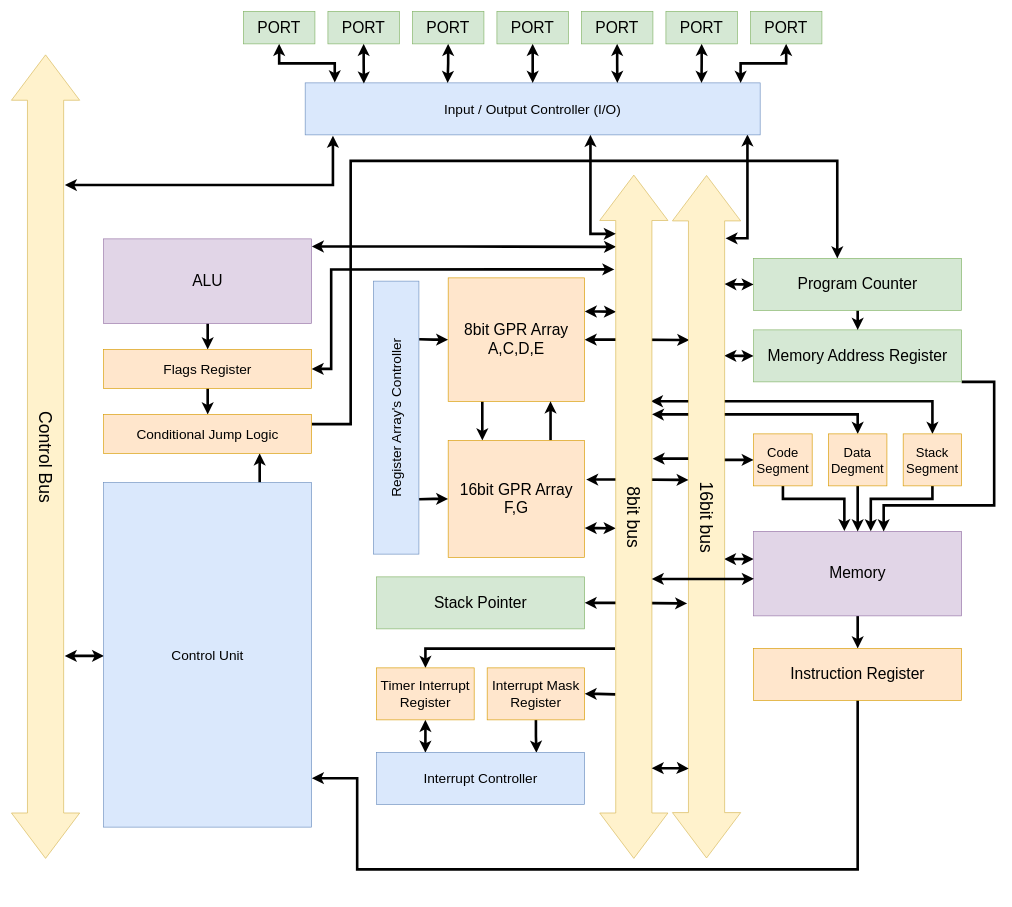
Before: Drawings-Tools-Labels-Photos/block-diagram.drawio in theWickedWebDev/8-bit-computer, a draw.io diagram. Source tidied: cells renumbered, new cells numbered last; positions are measured from the earlier drawing's top-left corner, leaving out a move shared by most shapes. Both pictures are drawn from the tidied source at 65%, with x=0, y=0 at pixel (-357, 11).
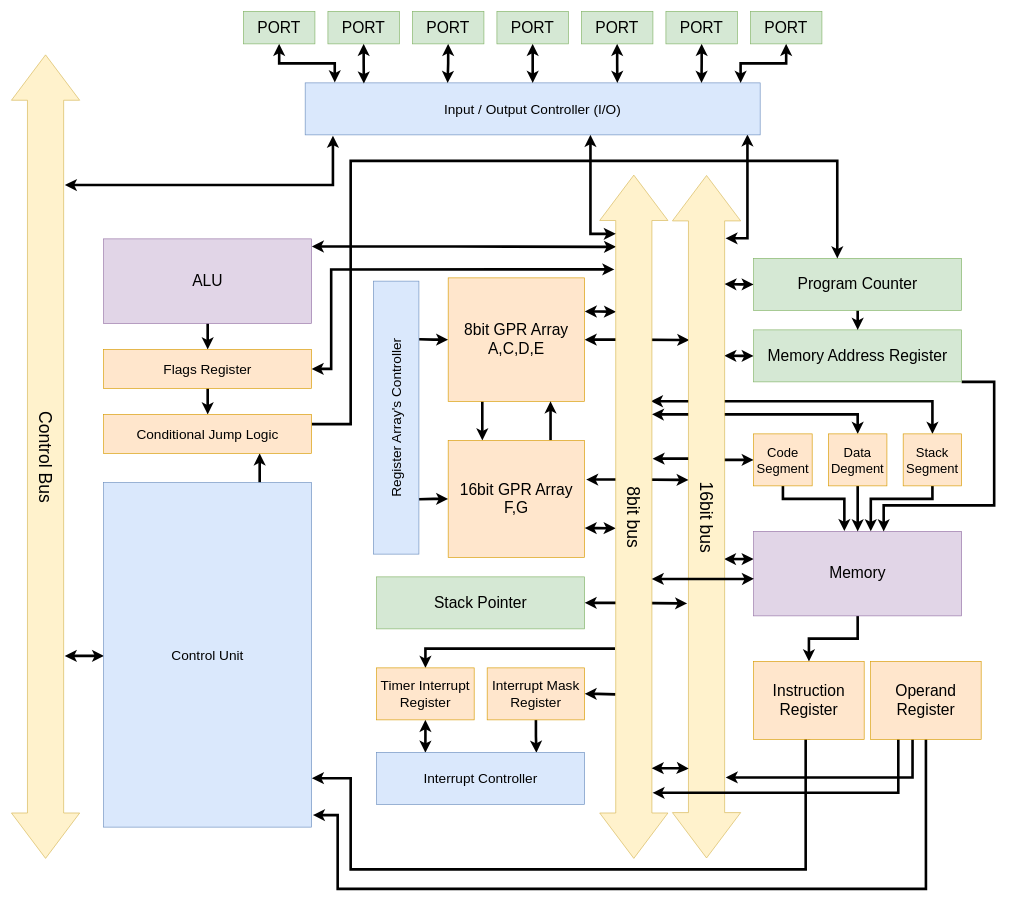
Above is the later version.

Unchanged cells that the change refers to:
```xml
<mxCell id="47" value="8bit bus" style="html=1;shadow=0;dashed=0;align=center;verticalAlign=middle;shape=mxgraph.arrows2.twoWayArrow;dy=0.47;dx=69.84;fontSize=27;rotation=90;fillColor=#fff2cc;strokeColor=#d6b656;" parent="1" vertex="1">
  <mxGeometry x="998" y="725" width="1051.2" height="105" as="geometry" />
</mxCell>
<mxCell id="48" value="16bit bus" style="html=1;shadow=0;dashed=0;align=center;verticalAlign=middle;shape=mxgraph.arrows2.twoWayArrow;dy=0.47;dx=69.84;fontSize=27;rotation=90;fillColor=#fff2cc;strokeColor=#d6b656;" parent="1" vertex="1">
  <mxGeometry x="1110.5" y="725" width="1050" height="105" as="geometry" />
</mxCell>
<mxCell id="51" value="Control Unit" style="rounded=0;whiteSpace=wrap;html=1;fontSize=21;fillColor=#dae8fc;strokeColor=#6c8ebf;" parent="1" vertex="1">
  <mxGeometry x="708" y="725" width="320" height="530" as="geometry" />
</mxCell>
```

Change to the diagram source:
```diff
@@
     <mxCell id="32" style="edgeStyle=orthogonalEdgeStyle;rounded=0;jettySize=auto;html=1;exitX=0.5;exitY=1;exitDx=0;exitDy=0;entryX=1.001;entryY=0.858;entryDx=0;entryDy=0;entryPerimeter=0;fontSize=27;startArrow=none;startFill=0;endArrow=classic;endFill=1;strokeWidth=4;" parent="1" edge="1" source="33" target="51">
       <mxGeometry relative="1" as="geometry">
         <Array as="points">
-          <mxPoint x="1868" y="1320" />
-          <mxPoint x="1098" y="1320" />
-          <mxPoint x="1098" y="1180" />
+          <mxPoint x="1793" y="1100" />
+          <mxPoint x="1788" y="1100" />
+          <mxPoint x="1788" y="1320" />
+          <mxPoint x="1088" y="1320" />
+          <mxPoint x="1088" y="1180" />
         </Array>
       </mxGeometry>
     </mxCell>
     <mxCell id="33" value="Instruction Register" style="rounded=0;whiteSpace=wrap;html=1;fontSize=24;fillColor=#ffe6cc;strokeColor=#d79b00;" parent="1" vertex="1">
-      <mxGeometry x="1708" y="980" width="320" height="80" as="geometry" />
+      <mxGeometry x="1708" y="1000" width="170" height="120" as="geometry" />
     </mxCell>
@@
+    <mxCell id="76" style="edgeStyle=orthogonalEdgeStyle;rounded=0;jettySize=auto;html=1;entryX=1.006;entryY=0.965;entryDx=0;entryDy=0;entryPerimeter=0;strokeWidth=4;" parent="1" edge="1" source="79" target="51">
+      <mxGeometry relative="1" as="geometry">
+        <Array as="points">
+          <mxPoint x="1973" y="1350" />
+          <mxPoint x="1068" y="1350" />
+          <mxPoint x="1068" y="1236" />
+        </Array>
+      </mxGeometry>
+    </mxCell>
+    <mxCell id="77" style="edgeStyle=orthogonalEdgeStyle;rounded=0;jettySize=auto;html=1;entryX=0.904;entryY=0.225;entryDx=0;entryDy=0;entryPerimeter=0;strokeWidth=4;exitX=0.25;exitY=1;exitDx=0;exitDy=0;" parent="1" edge="1" source="79" target="47">
+      <mxGeometry relative="1" as="geometry">
+        <Array as="points">
+          <mxPoint x="1931" y="1202" />
+        </Array>
+      </mxGeometry>
+    </mxCell>
+    <mxCell id="78" style="edgeStyle=orthogonalEdgeStyle;rounded=0;jettySize=auto;html=1;entryX=0.882;entryY=0.219;entryDx=0;entryDy=0;entryPerimeter=0;strokeWidth=4;exitX=0.379;exitY=0.998;exitDx=0;exitDy=0;exitPerimeter=0;" parent="1" edge="1" source="79" target="48">
+      <mxGeometry relative="1" as="geometry">
+        <Array as="points">
+          <mxPoint x="1952" y="1179" />
+        </Array>
+      </mxGeometry>
+    </mxCell>
+    <mxCell id="79" value="Operand Register" style="rounded=0;whiteSpace=wrap;html=1;fontSize=24;fillColor=#ffe6cc;strokeColor=#d79b00;" parent="1" vertex="1">
+      <mxGeometry x="1888" y="1000" width="170" height="120" as="geometry" />
+    </mxCell>
```
